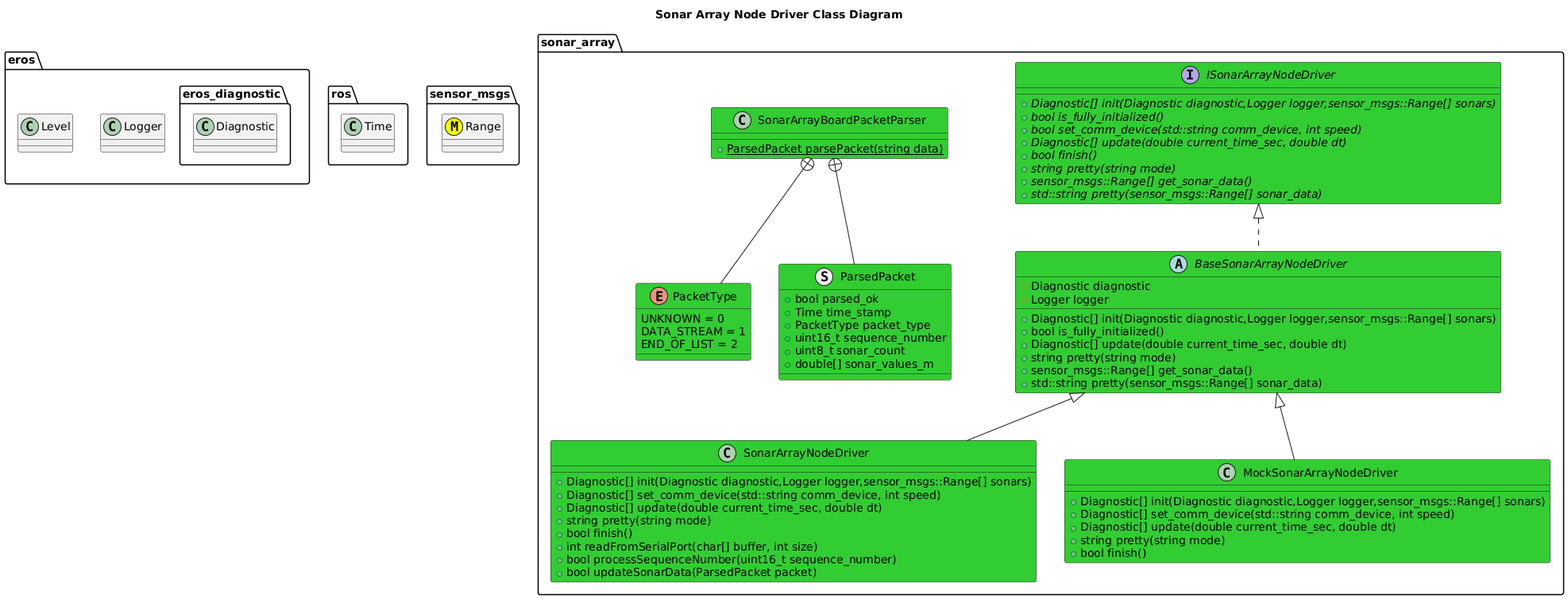
Above: nodes/SonarArrayDriverNode/driver/doc/output/SonarArrayNodeDriverClassDiagram.png in fastrobotics/sonar_array (PlantUML), before the change.
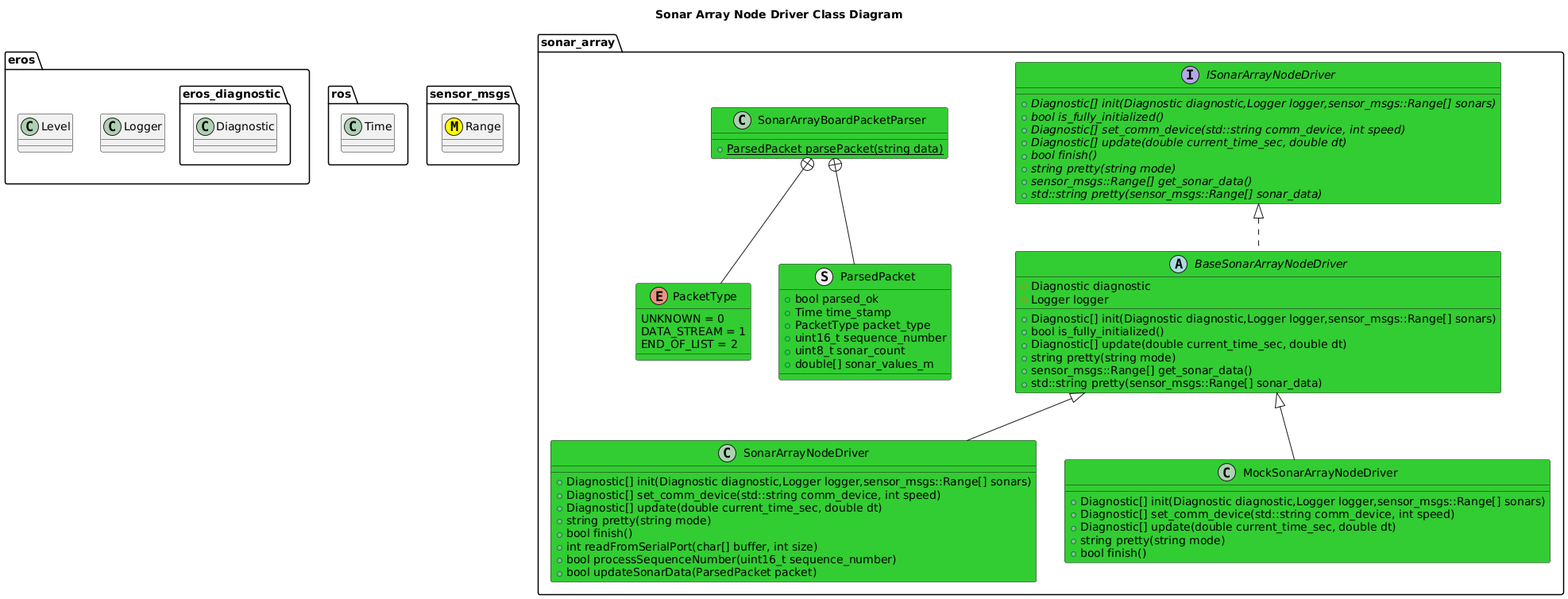
The same file after the commit.

What changed in the source:
```diff
@@ -17,7 +17,7 @@
     interface ISonarArrayNodeDriver #LimeGreen {
         +{abstract} Diagnostic[] init(Diagnostic diagnostic,Logger logger,sensor_msgs::Range[] sonars)
         +{abstract} bool is_fully_initialized()
-        +{abstract} bool set_comm_device(std::string comm_device, int speed)
+        +{abstract} Diagnostic[] set_comm_device(std::string comm_device, int speed)
         +{abstract} Diagnostic[] update(double current_time_sec, double dt)
         +{abstract} bool finish()
         +{abstract} string pretty(string mode)
```
